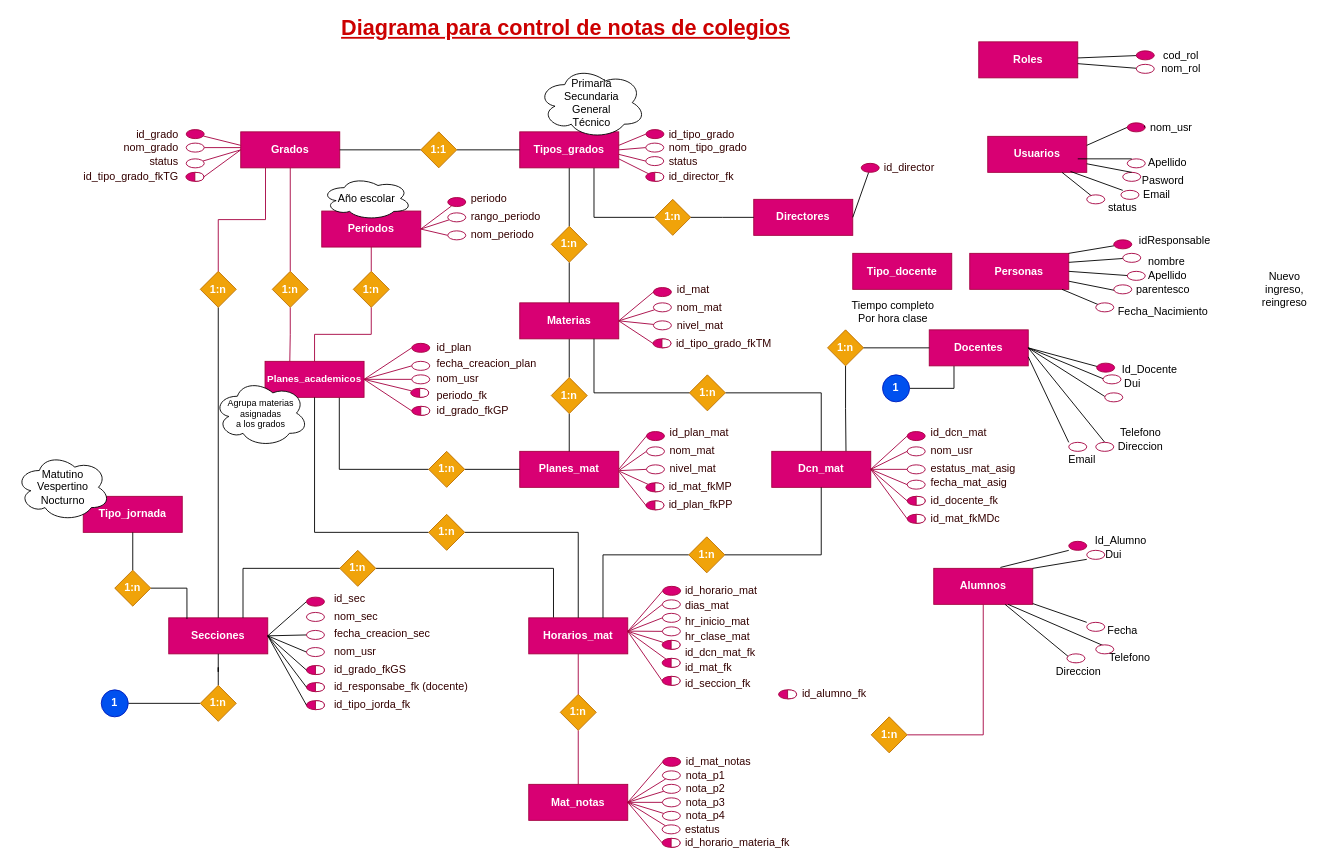
The draw.io diagram dsiw2_diagrama_notas.drawio in w-vasquez/dsiw2, before the edit. Source tidied: cells renumbered, new cells numbered last; positions are measured from the earlier drawing's top-left corner, leaving out a move shared by most shapes. Both pictures are drawn from the tidied source at 90%, with x=0, y=0 at pixel (15, 19).
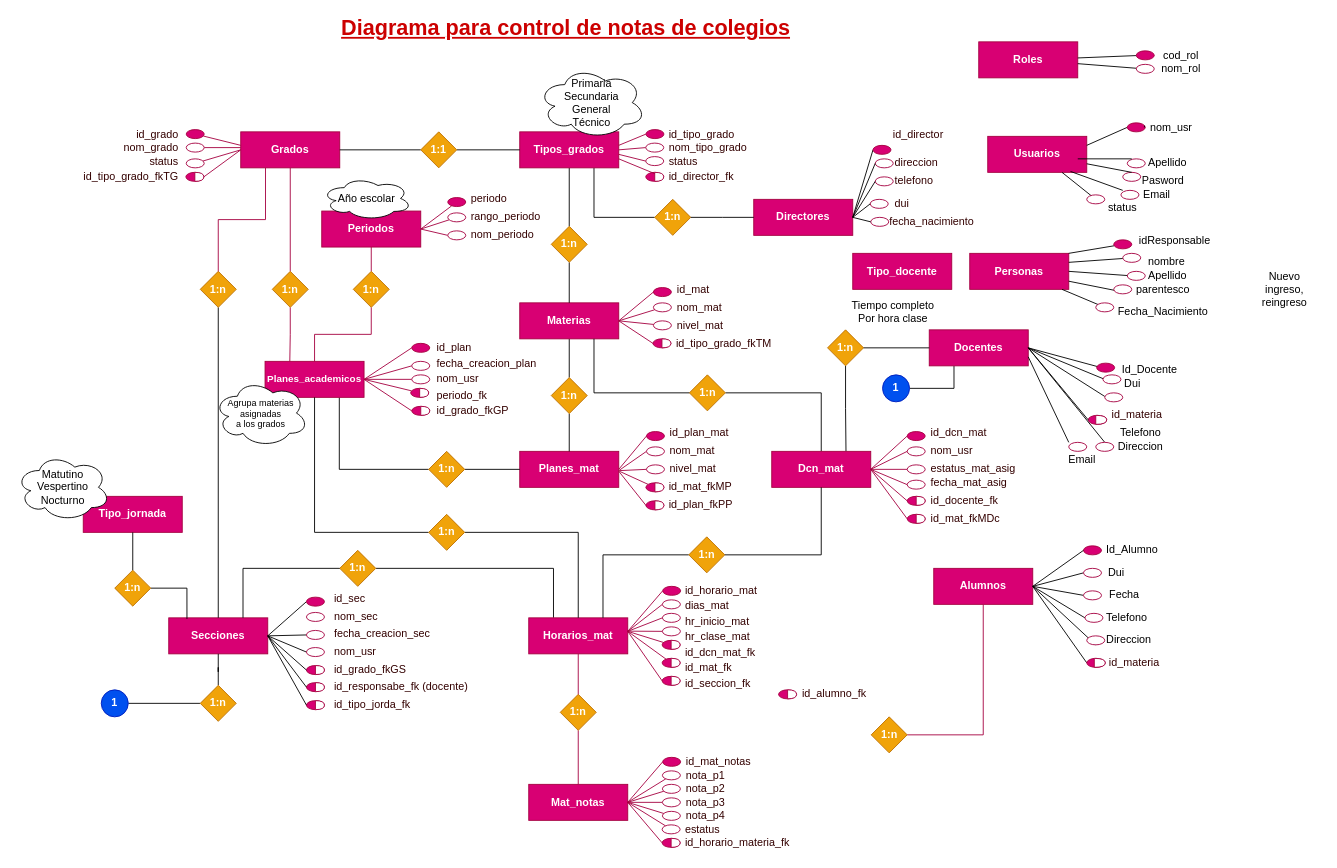
The same diagram, later.

Unchanged cells that the change refers to:
```xml
<mxCell id="12" value="Docentes" style="rounded=0;whiteSpace=wrap;html=1;fillColor=#d80073;strokeColor=#A50040;fontColor=#ffffff;fontStyle=1;" parent="1" vertex="1">
  <mxGeometry x="1015" y="345" width="110" height="40" as="geometry" />
</mxCell>
<mxCell id="14" value="Alumnos" style="rounded=0;whiteSpace=wrap;html=1;fillColor=#d80073;strokeColor=#A50040;fontColor=#ffffff;fontStyle=1;" parent="1" vertex="1">
  <mxGeometry x="1020" y="610" width="110" height="40" as="geometry" />
</mxCell>
<mxCell id="16" value="Directores" style="rounded=0;whiteSpace=wrap;html=1;fillColor=#d80073;strokeColor=#A50040;fontColor=#ffffff;fontStyle=1;" parent="1" vertex="1">
  <mxGeometry x="820" y="200" width="110" height="40" as="geometry" />
</mxCell>
<mxCell id="32" value="Tipos_grados" style="rounded=0;whiteSpace=wrap;html=1;fillColor=#d80073;strokeColor=#A50040;fontColor=#ffffff;fontStyle=1;" parent="1" vertex="1">
  <mxGeometry x="560" y="125" width="110" height="40" as="geometry" />
</mxCell>
<mxCell id="199" style="ellipse;whiteSpace=wrap;html=1;fillColor=#d80073;gradientDirection=east;strokeColor=#A50040;fontColor=#ffffff;" parent="198" vertex="1">
  <mxGeometry width="20" height="10" as="geometry" />
</mxCell>
<mxCell id="200" style="shape=or;whiteSpace=wrap;html=1;strokeColor=#A50040;fontColor=#ffffff;fillColor=#FFFFFF;" parent="198" vertex="1">
  <mxGeometry x="10" width="10" height="10" as="geometry" />
</mxCell>
```

The edit, as a diff of the source:
```diff
@@
+    <mxCell id="361" style="ellipse;whiteSpace=wrap;html=1;fillColor=#d80073;gradientDirection=east;strokeColor=#A50040;fontColor=#ffffff;" parent="1" vertex="1">
+      <mxGeometry x="1191.6" y="440" width="20.6" height="10" as="geometry" />
+    </mxCell>
@@
     <mxCell id="118" style="ellipse;whiteSpace=wrap;html=1;strokeColor=#A50040;fontColor=#ffffff;fillColor=#d80073;" parent="1" vertex="1">
-      <mxGeometry x="1170" y="580" width="20" height="10" as="geometry" />
+      <mxGeometry x="1186.4" y="585" width="20" height="10" as="geometry" />
     </mxCell>
-    <mxCell id="119" style="rounded=0;jettySize=auto;html=1;fontSize=10;sketch=0;shadow=0;endArrow=none;endFill=0;entryX=0.673;entryY=-0.025;entryDx=0;entryDy=0;entryPerimeter=0;" parent="1" edge="1" target="14">
-      <mxGeometry relative="1" as="geometry">
-        <mxPoint x="1170" y="590" as="sourcePoint" />
-      </mxGeometry>
+    <mxCell id="119" style="rounded=0;jettySize=auto;html=1;fontSize=10;sketch=0;shadow=0;endArrow=none;endFill=0;entryX=1;entryY=0.5;entryDx=0;entryDy=0;exitX=0;exitY=0.5;exitDx=0;exitDy=0;" parent="1" edge="1" source="118" target="14">
+      <mxGeometry relative="1" as="geometry" />
     </mxCell>
-    <mxCell id="120" style="rounded=0;jettySize=auto;html=1;fontSize=10;sketch=0;shadow=0;endArrow=none;endFill=0;entryX=1;entryY=0;entryDx=0;entryDy=0;" parent="1" edge="1" target="14">
-      <mxGeometry relative="1" as="geometry">
-        <mxPoint x="1190" y="600" as="sourcePoint" />
-      </mxGeometry>
+    <mxCell id="120" style="rounded=0;jettySize=auto;html=1;fontSize=10;sketch=0;shadow=0;endArrow=none;endFill=0;entryX=1;entryY=0.5;entryDx=0;entryDy=0;exitX=0;exitY=0.5;exitDx=0;exitDy=0;" parent="1" edge="1" source="121" target="14">
+      <mxGeometry relative="1" as="geometry" />
     </mxCell>
     <mxCell id="121" style="ellipse;whiteSpace=wrap;html=1;strokeColor=#A50040;fontColor=#ffffff;fillColor=#FFFFFF;" parent="1" vertex="1">
-      <mxGeometry x="1190" y="590" width="20" height="10" as="geometry" />
+      <mxGeometry x="1186.4" y="610" width="20" height="10" as="geometry" />
     </mxCell>
-    <mxCell id="122" value="Id_Alumno" style="text;html=1;strokeColor=none;fillColor=none;align=center;verticalAlign=middle;whiteSpace=wrap;rounded=0;" parent="1" vertex="1">
-      <mxGeometry x="1188" y="570" width="80" height="20" as="geometry" />
+    <mxCell id="122" value="Id_Alumno" style="text;html=1;strokeColor=none;fillColor=none;align=left;verticalAlign=middle;whiteSpace=wrap;rounded=0;" parent="1" vertex="1">
+      <mxGeometry x="1210" y="580" width="80" height="20" as="geometry" />
     </mxCell>
-    <mxCell id="123" value="Dui" style="text;html=1;strokeColor=none;fillColor=none;align=center;verticalAlign=middle;whiteSpace=wrap;rounded=0;" parent="1" vertex="1">
-      <mxGeometry x="1180" y="585" width="80" height="20" as="geometry" />
+    <mxCell id="123" value="Dui" style="text;html=1;strokeColor=none;fillColor=none;align=left;verticalAlign=middle;whiteSpace=wrap;rounded=0;" parent="1" vertex="1">
+      <mxGeometry x="1212.2" y="605" width="80" height="20" as="geometry" />
     </mxCell>
-    <mxCell id="124" style="rounded=0;jettySize=auto;html=1;fontSize=10;sketch=0;shadow=0;endArrow=none;endFill=0;" parent="1" edge="1" target="14">
-      <mxGeometry relative="1" as="geometry">
-        <mxPoint x="1190" y="670" as="sourcePoint" />
-      </mxGeometry>
+    <mxCell id="124" style="rounded=0;jettySize=auto;html=1;fontSize=10;sketch=0;shadow=0;endArrow=none;endFill=0;exitX=0;exitY=0.5;exitDx=0;exitDy=0;entryX=1;entryY=0.5;entryDx=0;entryDy=0;" parent="1" edge="1" source="126" target="14">
+      <mxGeometry relative="1" as="geometry" />
     </mxCell>
     <mxCell id="125" value="Fecha" style="text;html=1;strokeColor=none;fillColor=none;align=center;verticalAlign=middle;whiteSpace=wrap;rounded=0;" parent="1" vertex="1">
-      <mxGeometry x="1190" y="670" width="80" height="20" as="geometry" />
+      <mxGeometry x="1191.6" y="630" width="80" height="20" as="geometry" />
     </mxCell>
     <mxCell id="126" style="ellipse;whiteSpace=wrap;html=1;strokeColor=#A50040;fontColor=#ffffff;fillColor=#FFFFFF;" parent="1" vertex="1">
-      <mxGeometry x="1190" y="670" width="20" height="10" as="geometry" />
+      <mxGeometry x="1186.4" y="635" width="20" height="10" as="geometry" />
     </mxCell>
-    <mxCell id="127" style="rounded=0;jettySize=auto;html=1;fontSize=10;sketch=0;shadow=0;endArrow=none;endFill=0;entryX=0.75;entryY=1;entryDx=0;entryDy=0;exitX=0.25;exitY=0;exitDx=0;exitDy=0;" parent="1" edge="1" source="128" target="14">
+    <mxCell id="127" style="rounded=0;jettySize=auto;html=1;fontSize=10;sketch=0;shadow=0;endArrow=none;endFill=0;entryX=1;entryY=0.5;entryDx=0;entryDy=0;exitX=0;exitY=0.5;exitDx=0;exitDy=0;" parent="1" edge="1" source="131" target="14">
       <mxGeometry relative="1" as="geometry" />
     </mxCell>
-    <mxCell id="128" value="Telefono" style="text;html=1;strokeColor=none;fillColor=none;align=center;verticalAlign=middle;whiteSpace=wrap;rounded=0;" parent="1" vertex="1">
-      <mxGeometry x="1198" y="700" width="80" height="20" as="geometry" />
+    <mxCell id="128" value="Telefono" style="text;html=1;strokeColor=none;fillColor=none;align=left;verticalAlign=middle;whiteSpace=wrap;rounded=0;" parent="1" vertex="1">
+      <mxGeometry x="1210" y="655" width="80" height="20" as="geometry" />
     </mxCell>
-    <mxCell id="129" style="rounded=0;jettySize=auto;html=1;fontSize=10;sketch=0;shadow=0;endArrow=none;endFill=0;exitX=0.5;exitY=1;exitDx=0;exitDy=0;" parent="1" edge="1" source="132" target="14">
+    <mxCell id="129" style="rounded=0;jettySize=auto;html=1;fontSize=10;sketch=0;shadow=0;endArrow=none;endFill=0;exitX=0.5;exitY=1;exitDx=0;exitDy=0;entryX=1;entryY=0.5;entryDx=0;entryDy=0;" parent="1" edge="1" source="132" target="14">
       <mxGeometry relative="1" as="geometry" />
     </mxCell>
-    <mxCell id="130" value="Direccion" style="text;html=1;strokeColor=none;fillColor=none;align=center;verticalAlign=middle;whiteSpace=wrap;rounded=0;" parent="1" vertex="1">
-      <mxGeometry x="1141" y="715" width="80" height="20" as="geometry" />
+    <mxCell id="130" value="Direccion" style="text;html=1;strokeColor=none;fillColor=none;align=left;verticalAlign=middle;whiteSpace=wrap;rounded=0;" parent="1" vertex="1">
+      <mxGeometry x="1210" y="680" width="80" height="20" as="geometry" />
     </mxCell>
     <mxCell id="131" style="ellipse;whiteSpace=wrap;html=1;strokeColor=#A50040;fontColor=#ffffff;fillColor=#FFFFFF;" parent="1" vertex="1">
-      <mxGeometry x="1200" y="695" width="20" height="10" as="geometry" />
+      <mxGeometry x="1188" y="660" width="20" height="10" as="geometry" />
     </mxCell>
     <mxCell id="132" style="ellipse;whiteSpace=wrap;html=1;strokeColor=#A50040;fontColor=#ffffff;fillColor=#FFFFFF;" parent="1" vertex="1">
-      <mxGeometry x="1168" y="705" width="20" height="10" as="geometry" />
+      <mxGeometry x="1190" y="685" width="20" height="10" as="geometry" />
     </mxCell>
@@
     <mxCell id="194" value="id_director" style="text;html=1;strokeColor=none;fillColor=none;align=left;verticalAlign=middle;whiteSpace=wrap;rounded=0;labelBackgroundColor=none;fontSize=12;textDirection=ltr;fontColor=#330000;" parent="1" vertex="1">
-      <mxGeometry x="963.1" y="155" width="87.5" height="20" as="geometry" />
+      <mxGeometry x="972.5" y="117.5" width="87.5" height="20" as="geometry" />
     </mxCell>
-    <mxCell id="195" style="edgeStyle=none;rounded=0;jettySize=auto;html=1;entryX=1;entryY=0.5;entryDx=0;entryDy=0;startArrow=none;startFill=0;endArrow=none;endFill=0;fontSize=12;fontColor=#330000;" parent="1" edge="1" source="196" target="16">
+    <mxCell id="195" style="edgeStyle=none;rounded=0;jettySize=auto;html=1;entryX=1;entryY=0.5;entryDx=0;entryDy=0;startArrow=none;startFill=0;endArrow=none;endFill=0;fontSize=12;fontColor=#330000;exitX=0;exitY=0.5;exitDx=0;exitDy=0;" parent="1" edge="1" source="196" target="16">
       <mxGeometry relative="1" as="geometry" />
     </mxCell>
     <mxCell id="196" style="ellipse;whiteSpace=wrap;html=1;strokeColor=#A50040;fontColor=#ffffff;fillColor=#d80073;labelBackgroundColor=none;align=left;" parent="1" vertex="1">
-      <mxGeometry x="939.4" y="160" width="20" height="10" as="geometry" />
+      <mxGeometry x="952.5" y="140" width="20" height="10" as="geometry" />
     </mxCell>
@@
-    <mxCell id="202" style="rounded=0;jettySize=auto;html=1;entryX=1;entryY=0.75;entryDx=0;entryDy=0;startArrow=none;startFill=0;endArrow=none;endFill=0;fontSize=12;fontColor=#330000;fillColor=#d80073;strokeColor=#A50040;" parent="1" edge="1" source="199" target="32">
+    <mxCell id="202" style="rounded=0;jettySize=auto;html=1;entryX=1;entryY=0.75;entryDx=0;entryDy=0;startArrow=none;startFill=0;endArrow=none;endFill=0;fontSize=12;fontColor=#330000;fillColor=#d80073;strokeColor=#A50040;exitX=0;exitY=0.146;exitDx=0;exitDy=0;exitPerimeter=0;" parent="1" edge="1" source="200" target="32">
       <mxGeometry relative="1" as="geometry" />
     </mxCell>
@@
+    <mxCell id="362" style="ellipse;whiteSpace=wrap;html=1;strokeColor=#A50040;fontColor=#ffffff;fillColor=#FFFFFF;" parent="1" vertex="1">
+      <mxGeometry x="955" y="175" width="20" height="10" as="geometry" />
+    </mxCell>
@@
+    <mxCell id="363" style="ellipse;whiteSpace=wrap;html=1;strokeColor=#A50040;fontColor=#ffffff;fillColor=#FFFFFF;" parent="1" vertex="1">
+      <mxGeometry x="949.4" y="200" width="20" height="10" as="geometry" />
+    </mxCell>
@@
+    <mxCell id="364" style="edgeStyle=none;rounded=0;jettySize=auto;html=1;entryX=1;entryY=0.5;entryDx=0;entryDy=0;startArrow=none;startFill=0;endArrow=none;endFill=0;fontSize=12;fontColor=#330000;exitX=0;exitY=0.5;exitDx=0;exitDy=0;" parent="1" edge="1" source="362" target="16">
+      <mxGeometry relative="1" as="geometry" />
+    </mxCell>
@@
+    <mxCell id="365" style="edgeStyle=none;rounded=0;jettySize=auto;html=1;entryX=1;entryY=0.5;entryDx=0;entryDy=0;startArrow=none;startFill=0;endArrow=none;endFill=0;fontSize=12;fontColor=#330000;exitX=0;exitY=0.5;exitDx=0;exitDy=0;" parent="1" edge="1" source="363" target="16">
+      <mxGeometry relative="1" as="geometry" />
+    </mxCell>
@@
+    <mxCell id="366" style="edgeStyle=none;rounded=0;jettySize=auto;html=1;entryX=1;entryY=0.5;entryDx=0;entryDy=0;startArrow=none;startFill=0;endArrow=none;endFill=0;fontSize=12;fontColor=#330000;exitX=0;exitY=0.5;exitDx=0;exitDy=0;" parent="1" edge="1" source="361" target="12">
+      <mxGeometry relative="1" as="geometry" />
+    </mxCell>
@@
+    <mxCell id="367" value="id_materia" style="text;html=1;strokeColor=none;fillColor=none;align=left;verticalAlign=middle;whiteSpace=wrap;rounded=0;labelBackgroundColor=none;fontSize=12;textDirection=ltr;fontColor=#330000;" parent="1" vertex="1">
+      <mxGeometry x="1216.2" y="430" width="87.5" height="20" as="geometry" />
+    </mxCell>
@@
+    <mxCell id="368" value="direccion" style="text;html=1;strokeColor=none;fillColor=none;align=left;verticalAlign=middle;whiteSpace=wrap;rounded=0;labelBackgroundColor=none;fontSize=12;textDirection=ltr;fontColor=#330000;" parent="1" vertex="1">
+      <mxGeometry x="975" y="150" width="87.5" height="20" as="geometry" />
+    </mxCell>
@@
+    <mxCell id="369" value="telefono" style="text;html=1;strokeColor=none;fillColor=none;align=left;verticalAlign=middle;whiteSpace=wrap;rounded=0;labelBackgroundColor=none;fontSize=12;textDirection=ltr;fontColor=#330000;" parent="1" vertex="1">
+      <mxGeometry x="975" y="170" width="87.5" height="20" as="geometry" />
+    </mxCell>
@@
+    <mxCell id="370" style="ellipse;whiteSpace=wrap;html=1;strokeColor=#A50040;fontColor=#ffffff;fillColor=#FFFFFF;" parent="1" vertex="1">
+      <mxGeometry x="950" y="220" width="20" height="10" as="geometry" />
+    </mxCell>
@@
+    <mxCell id="371" style="edgeStyle=none;rounded=0;jettySize=auto;html=1;entryX=1;entryY=0.5;entryDx=0;entryDy=0;startArrow=none;startFill=0;endArrow=none;endFill=0;fontSize=12;fontColor=#330000;exitX=0;exitY=0.5;exitDx=0;exitDy=0;" parent="1" edge="1" source="370" target="16">
+      <mxGeometry relative="1" as="geometry" />
+    </mxCell>
@@
+    <mxCell id="372" value="fecha_nacimiento" style="text;html=1;strokeColor=none;fillColor=none;align=left;verticalAlign=middle;whiteSpace=wrap;rounded=0;labelBackgroundColor=none;fontSize=12;textDirection=ltr;fontColor=#330000;" parent="1" vertex="1">
+      <mxGeometry x="969.4" y="215" width="87.5" height="20" as="geometry" />
+    </mxCell>
@@
+    <mxCell id="373" style="ellipse;whiteSpace=wrap;html=1;strokeColor=#A50040;fontColor=#ffffff;fillColor=#FFFFFF;" parent="1" vertex="1">
+      <mxGeometry x="955" y="155" width="20" height="10" as="geometry" />
+    </mxCell>
@@
+    <mxCell id="374" style="edgeStyle=none;rounded=0;jettySize=auto;html=1;entryX=1;entryY=0.5;entryDx=0;entryDy=0;startArrow=none;startFill=0;endArrow=none;endFill=0;fontSize=12;fontColor=#330000;exitX=0;exitY=0.5;exitDx=0;exitDy=0;" parent="1" edge="1" source="373" target="16">
+      <mxGeometry relative="1" as="geometry" />
+    </mxCell>
@@
+    <mxCell id="375" value="dui" style="text;html=1;strokeColor=none;fillColor=none;align=left;verticalAlign=middle;whiteSpace=wrap;rounded=0;labelBackgroundColor=none;fontSize=12;textDirection=ltr;fontColor=#330000;" parent="1" vertex="1">
+      <mxGeometry x="975" y="195" width="87.5" height="20" as="geometry" />
+    </mxCell>
@@
+    <mxCell id="376" style="shape=or;whiteSpace=wrap;html=1;strokeColor=#A50040;fontColor=#ffffff;fillColor=#FFFFFF;" parent="1" vertex="1">
+      <mxGeometry x="1200" y="440" width="12.2" height="10" as="geometry" />
+    </mxCell>
@@
+    <mxCell id="377" value="id_materia" style="text;html=1;strokeColor=none;fillColor=none;align=left;verticalAlign=middle;whiteSpace=wrap;rounded=0;labelBackgroundColor=none;fontSize=12;textDirection=ltr;fontColor=#330000;" parent="1" vertex="1">
+      <mxGeometry x="1212.5" y="705" width="87.5" height="20" as="geometry" />
+    </mxCell>
@@
+    <mxCell id="378" style="edgeStyle=none;rounded=0;jettySize=auto;html=1;entryX=1;entryY=0.5;entryDx=0;entryDy=0;startArrow=none;startFill=0;endArrow=none;endFill=0;fontSize=12;fontColor=#330000;exitX=0;exitY=0.5;exitDx=0;exitDy=0;" parent="1" edge="1" source="380" target="14">
+      <mxGeometry relative="1" as="geometry" />
+    </mxCell>
@@
+    <mxCell id="379" style="group;" parent="1" vertex="1">
+      <mxGeometry x="1190" y="710" width="20.6" height="10" as="geometry" />
+    </mxCell>
+    <mxCell id="380" style="ellipse;whiteSpace=wrap;html=1;fillColor=#d80073;gradientDirection=east;strokeColor=#A50040;fontColor=#ffffff;" parent="379" vertex="1">
+      <mxGeometry width="20.6" height="10" as="geometry" />
+    </mxCell>
+    <mxCell id="381" style="shape=or;whiteSpace=wrap;html=1;strokeColor=#A50040;fontColor=#ffffff;fillColor=#FFFFFF;" parent="379" vertex="1">
+      <mxGeometry x="8.4" width="12.2" height="10" as="geometry" />
+    </mxCell>
```
